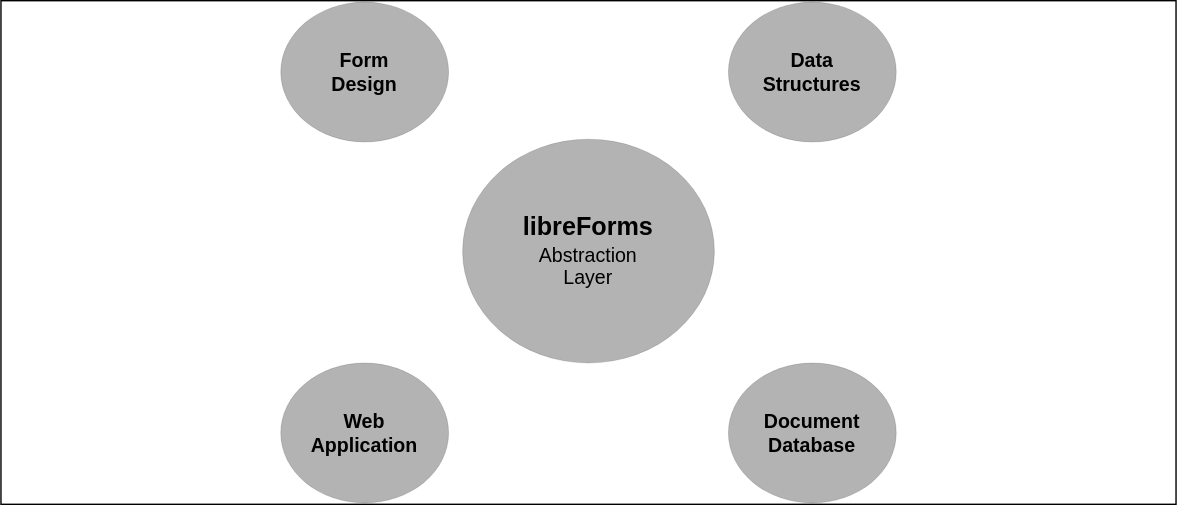
The draw.io diagram docs/source/libreForms_abstraction_layer.drawio.svg in libreForms/libreForms-flask, before a commit. Source tidied: cells renumbered, new cells last; positions are measured from the earlier drawing's top-left corner, leaving out a move shared by most shapes.
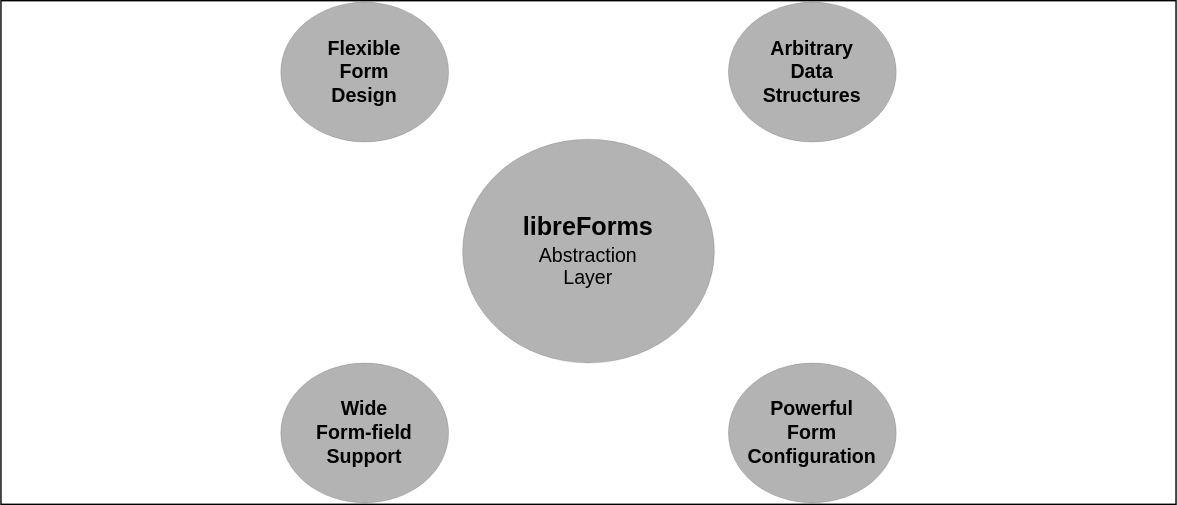
Above is the later version.

Change to the diagram source:
```diff
@@ -8,16 +8,16 @@
     <mxCell id="3" value="&lt;p style=&quot;line-height: 0.85;&quot;&gt;&lt;/p&gt;&lt;div&gt;&lt;b&gt;&lt;font style=&quot;font-size: 18px;&quot;&gt;libreForms&lt;/font&gt;&lt;/b&gt;&lt;/div&gt;&lt;div style=&quot;font-size: 14px;&quot;&gt;&lt;font style=&quot;font-size: 14px;&quot;&gt;Abstraction&lt;/font&gt;&lt;/div&gt;&lt;div style=&quot;font-size: 14px;&quot;&gt;&lt;font style=&quot;font-size: 14px;&quot; color=&quot;#FFFFFF&quot;&gt;&lt;font style=&quot;font-size: 14px;&quot; color=&quot;#000000&quot;&gt;Layer&lt;/font&gt;&lt;br&gt;&lt;/font&gt;&lt;/div&gt;&lt;p&gt;&lt;/p&gt;" style="ellipse;whiteSpace=wrap;html=1;dashed=1;strokeColor=#000000;strokeWidth=0;fillColor=#B3B3B3;" parent="1" vertex="1">
       <mxGeometry x="330" y="99" width="180" height="160" as="geometry" />
     </mxCell>
-    <mxCell id="4" value="&lt;div style=&quot;font-size: 14px;&quot;&gt;&lt;b&gt;&lt;font style=&quot;font-size: 14px;&quot; color=&quot;#000000&quot;&gt;Form&lt;/font&gt;&lt;/b&gt;&lt;/div&gt;&lt;div style=&quot;font-size: 14px;&quot;&gt;&lt;b&gt;&lt;font style=&quot;font-size: 14px;&quot; color=&quot;#000000&quot;&gt;Design&lt;/font&gt;&lt;font color=&quot;#FFFFFF&quot;&gt;&lt;br&gt;&lt;/font&gt;&lt;/b&gt;&lt;/div&gt;" style="ellipse;whiteSpace=wrap;html=1;fontSize=18;fontColor=#E6E6E6;strokeColor=#000000;strokeWidth=0;fillColor=#B3B3B3;" parent="1" vertex="1">
+    <mxCell id="4" value="&lt;div style=&quot;font-size: 14px;&quot;&gt;&lt;b&gt;&lt;font style=&quot;font-size: 14px;&quot; color=&quot;#000000&quot;&gt;Flexible&lt;/font&gt;&lt;/b&gt;&lt;/div&gt;&lt;div style=&quot;font-size: 14px;&quot;&gt;&lt;b&gt;&lt;font style=&quot;font-size: 14px;&quot; color=&quot;#000000&quot;&gt;Form&lt;/font&gt;&lt;/b&gt;&lt;/div&gt;&lt;div style=&quot;font-size: 14px;&quot;&gt;&lt;b&gt;&lt;font style=&quot;font-size: 14px;&quot; color=&quot;#000000&quot;&gt;Design&lt;/font&gt;&lt;font color=&quot;#FFFFFF&quot;&gt;&lt;br&gt;&lt;/font&gt;&lt;/b&gt;&lt;/div&gt;" style="ellipse;whiteSpace=wrap;html=1;fontSize=18;fontColor=#E6E6E6;strokeColor=#000000;strokeWidth=0;fillColor=#B3B3B3;" parent="1" vertex="1">
       <mxGeometry x="200" y="1" width="120" height="100" as="geometry" />
     </mxCell>
-    <mxCell id="5" value="&lt;div style=&quot;font-size: 14px;&quot;&gt;&lt;font color=&quot;#000000&quot;&gt;&lt;b&gt;&lt;font style=&quot;font-size: 14px;&quot;&gt;&lt;br&gt;&lt;/font&gt;&lt;/b&gt;&lt;/font&gt;&lt;/div&gt;&lt;div style=&quot;font-size: 14px;&quot;&gt;&lt;font color=&quot;#000000&quot;&gt;&lt;b&gt;&lt;font style=&quot;font-size: 14px;&quot;&gt;Web&lt;br&gt;Application&lt;/font&gt;&lt;/b&gt;&lt;/font&gt;&lt;/div&gt;&lt;div style=&quot;font-size: 14px;&quot;&gt;&lt;b&gt;&lt;br&gt;&lt;/b&gt;&lt;/div&gt;" style="ellipse;whiteSpace=wrap;html=1;fontSize=18;fontColor=#E6E6E6;strokeColor=#000000;strokeWidth=0;fillColor=#B3B3B3;" parent="1" vertex="1">
+    <mxCell id="5" value="&lt;div style=&quot;font-size: 14px;&quot;&gt;&lt;font color=&quot;#000000&quot;&gt;&lt;b&gt;&lt;font style=&quot;font-size: 14px;&quot;&gt;&lt;br&gt;&lt;/font&gt;&lt;/b&gt;&lt;/font&gt;&lt;/div&gt;&lt;div style=&quot;font-size: 14px;&quot;&gt;&lt;font color=&quot;#000000&quot;&gt;&lt;b&gt;&lt;font style=&quot;font-size: 14px;&quot;&gt;Wide&lt;/font&gt;&lt;/b&gt;&lt;/font&gt;&lt;/div&gt;&lt;div style=&quot;font-size: 14px;&quot;&gt;&lt;font color=&quot;#000000&quot;&gt;&lt;b&gt;&lt;font style=&quot;font-size: 14px;&quot;&gt;Form-field&lt;/font&gt;&lt;/b&gt;&lt;/font&gt;&lt;/div&gt;&lt;div style=&quot;font-size: 14px;&quot;&gt;&lt;font color=&quot;#000000&quot;&gt;&lt;b&gt;&lt;font style=&quot;font-size: 14px;&quot;&gt;Support&lt;br&gt;&lt;/font&gt;&lt;/b&gt;&lt;/font&gt;&lt;/div&gt;&lt;div style=&quot;font-size: 14px;&quot;&gt;&lt;b&gt;&lt;br&gt;&lt;/b&gt;&lt;/div&gt;" style="ellipse;whiteSpace=wrap;html=1;fontSize=18;fontColor=#E6E6E6;strokeColor=#000000;strokeWidth=0;fillColor=#B3B3B3;" parent="1" vertex="1">
       <mxGeometry x="200" y="259" width="120" height="100" as="geometry" />
     </mxCell>
-    <mxCell id="6" value="&lt;div style=&quot;font-size: 14px;&quot;&gt;&lt;font style=&quot;font-size: 14px;&quot; color=&quot;#FFFFFF&quot;&gt;&lt;br&gt;&lt;/font&gt;&lt;/div&gt;&lt;div style=&quot;font-size: 14px;&quot;&gt;&lt;font color=&quot;#000000&quot;&gt;&lt;b&gt;&lt;font style=&quot;font-size: 14px;&quot;&gt;Data&lt;/font&gt;&lt;/b&gt;&lt;/font&gt;&lt;/div&gt;&lt;div style=&quot;font-size: 14px;&quot;&gt;&lt;font color=&quot;#000000&quot;&gt;&lt;b&gt;&lt;font style=&quot;font-size: 14px;&quot;&gt;Structures&lt;/font&gt;&lt;/b&gt;&lt;/font&gt;&lt;/div&gt;&lt;div style=&quot;font-size: 14px;&quot;&gt;&lt;font color=&quot;#FFFFFF&quot;&gt;&lt;br&gt;&lt;/font&gt;&lt;/div&gt;" style="ellipse;whiteSpace=wrap;html=1;fontSize=18;fontColor=#E6E6E6;strokeColor=#000000;strokeWidth=0;fillColor=#B3B3B3;" parent="1" vertex="1">
+    <mxCell id="6" value="&lt;div style=&quot;font-size: 14px;&quot;&gt;&lt;font style=&quot;font-size: 14px;&quot; color=&quot;#FFFFFF&quot;&gt;&lt;br&gt;&lt;/font&gt;&lt;/div&gt;&lt;div style=&quot;font-size: 14px;&quot;&gt;&lt;font color=&quot;#000000&quot;&gt;&lt;b&gt;&lt;font style=&quot;font-size: 14px;&quot;&gt;Arbitrary&lt;/font&gt;&lt;/b&gt;&lt;/font&gt;&lt;/div&gt;&lt;div style=&quot;font-size: 14px;&quot;&gt;&lt;font color=&quot;#000000&quot;&gt;&lt;b&gt;&lt;font style=&quot;font-size: 14px;&quot;&gt;Data&lt;/font&gt;&lt;/b&gt;&lt;/font&gt;&lt;/div&gt;&lt;div style=&quot;font-size: 14px;&quot;&gt;&lt;font color=&quot;#000000&quot;&gt;&lt;b&gt;&lt;font style=&quot;font-size: 14px;&quot;&gt;Structures&lt;/font&gt;&lt;/b&gt;&lt;/font&gt;&lt;/div&gt;&lt;div style=&quot;font-size: 14px;&quot;&gt;&lt;font color=&quot;#FFFFFF&quot;&gt;&lt;br&gt;&lt;/font&gt;&lt;/div&gt;" style="ellipse;whiteSpace=wrap;html=1;fontSize=18;fontColor=#E6E6E6;strokeColor=#000000;strokeWidth=0;fillColor=#B3B3B3;" parent="1" vertex="1">
       <mxGeometry x="520" y="1" width="120" height="100" as="geometry" />
     </mxCell>
-    <mxCell id="7" value="&lt;div style=&quot;font-size: 14px;&quot;&gt;&lt;font color=&quot;#000000&quot;&gt;&lt;b&gt;&lt;font style=&quot;font-size: 14px;&quot;&gt;&lt;br&gt;&lt;/font&gt;&lt;/b&gt;&lt;/font&gt;&lt;/div&gt;&lt;div style=&quot;font-size: 14px;&quot;&gt;&lt;font color=&quot;#000000&quot;&gt;&lt;b&gt;&lt;font style=&quot;font-size: 14px;&quot;&gt;Document&lt;/font&gt;&lt;/b&gt;&lt;/font&gt;&lt;/div&gt;&lt;div style=&quot;font-size: 14px;&quot;&gt;&lt;font color=&quot;#000000&quot;&gt;&lt;b&gt;&lt;font style=&quot;font-size: 14px;&quot;&gt;Database&lt;/font&gt;&lt;/b&gt;&lt;/font&gt;&lt;/div&gt;&lt;div style=&quot;font-size: 14px;&quot;&gt;&lt;b&gt;&lt;br&gt;&lt;/b&gt;&lt;/div&gt;" style="ellipse;whiteSpace=wrap;html=1;fontSize=18;fontColor=#E6E6E6;strokeColor=#000000;strokeWidth=0;fillColor=#B3B3B3;" parent="1" vertex="1">
+    <mxCell id="7" value="&lt;div style=&quot;font-size: 14px;&quot;&gt;&lt;font color=&quot;#000000&quot;&gt;&lt;b&gt;&lt;font style=&quot;font-size: 14px;&quot;&gt;&lt;br&gt;&lt;/font&gt;&lt;/b&gt;&lt;/font&gt;&lt;/div&gt;&lt;div style=&quot;font-size: 14px;&quot;&gt;&lt;font color=&quot;#000000&quot;&gt;&lt;b&gt;&lt;font style=&quot;font-size: 14px;&quot;&gt;Powerful &lt;br&gt;&lt;/font&gt;&lt;/b&gt;&lt;/font&gt;&lt;/div&gt;&lt;div style=&quot;font-size: 14px;&quot;&gt;&lt;font color=&quot;#000000&quot;&gt;&lt;b&gt;&lt;font style=&quot;font-size: 14px;&quot;&gt;Form&lt;/font&gt;&lt;/b&gt;&lt;/font&gt;&lt;/div&gt;&lt;div style=&quot;font-size: 14px;&quot;&gt;&lt;font color=&quot;#000000&quot;&gt;&lt;b&gt;&lt;font style=&quot;font-size: 14px;&quot;&gt;Configuration&lt;br&gt;&lt;/font&gt;&lt;/b&gt;&lt;/font&gt;&lt;/div&gt;&lt;div style=&quot;font-size: 14px;&quot;&gt;&lt;b&gt;&lt;br&gt;&lt;/b&gt;&lt;/div&gt;" style="ellipse;whiteSpace=wrap;html=1;fontSize=18;fontColor=#E6E6E6;strokeColor=#000000;strokeWidth=0;fillColor=#B3B3B3;" parent="1" vertex="1">
       <mxGeometry x="520" y="259" width="120" height="100" as="geometry" />
     </mxCell>
   </root>
```
